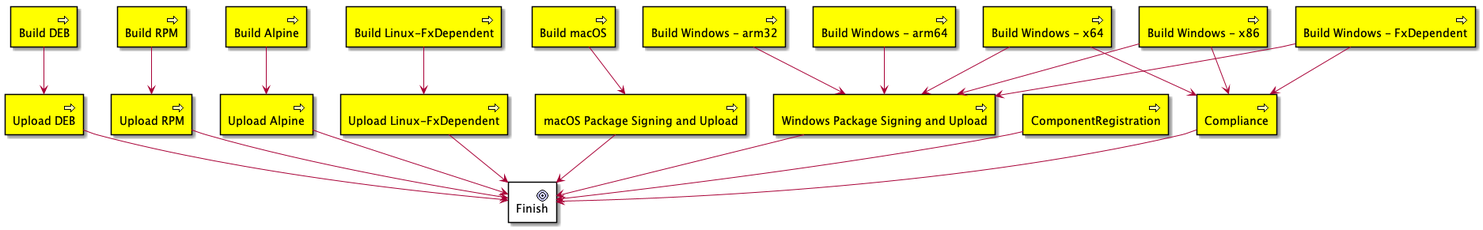
This is tools/releaseBuild/azureDevOps/diagram.png from PowerShell/PowerShell, a PlantUML export, as it was before one commit.
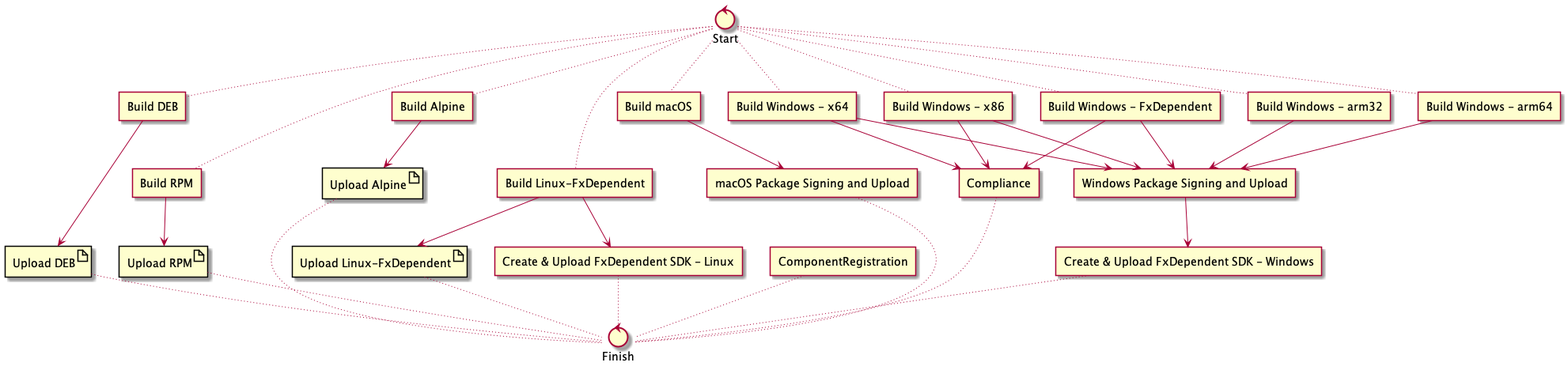
The same diagram one commit later.

Change to the diagram source:
```diff
@@ -1,29 +1,34 @@
 @startuml
 
-archimate #Business "Build DEB"  as BuildDEB <<business-process>>
-archimate #Business "Build RPM"  as BuildRPM <<business-process>>
-archimate #Business "Build Alpine"  as BuildAlpine <<business-process>>
-archimate #Business "Build Linux-FxDependent"  as BuildLinuxFx <<business-process>>
-archimate #Business "Upload DEB"  as UploadDEB <<business-process>>
-archimate #Business "Upload RPM"  as UploadRPM <<business-process>>
-archimate #Business "Upload Alpine"  as UploadAlpine <<business-process>>
-archimate #Business "Upload Linux-FxDependent"  as UploadLinuxFx <<business-process>>
+agent "Build DEB"  as BuildDEB
+agent "Build RPM"  as BuildRPM
+agent "Build Alpine"  as BuildAlpine
+agent "Build Linux-FxDependent"  as BuildLinuxFx
 
-archimate #Business "Build macOS"  as BuildMac <<business-process>>
-archimate #Business "macOS Package Signing and Upload"  as SignMac <<business-process>>
+artifact "Upload DEB"  as UploadDEB
+artifact "Upload RPM"  as UploadRPM
+artifact "Upload Alpine"  as UploadAlpine
+artifact "Upload Linux-FxDependent"  as UploadLinuxFx
 
-archimate #Business "Build Windows - x64"  as BuildWinX64 <<business-process>>
-archimate #Business "Build Windows - x86"  as BuildWinX86 <<business-process>>
-archimate #Business "Build Windows - arm32"  as BuildWinArm32 <<business-process>>
-archimate #Business "Build Windows - arm64"  as BuildWinArm64 <<business-process>>
-archimate #Business "Build Windows - FxDependent"  as BuildWinFx <<business-process>>
-archimate #Business "Windows Package Signing and Upload"  as SignWin <<business-process>>
+agent "Build macOS"  as BuildMac
+agent "macOS Package Signing and Upload"  as SignMac
 
-archimate #Business "ComponentRegistration"  as BuildCG <<business-process>>
+agent "Build Windows - x64"  as BuildWinX64
+agent "Build Windows - x86"  as BuildWinX86
+agent "Build Windows - arm32"  as BuildWinArm32
+agent "Build Windows - arm64"  as BuildWinArm64
+agent "Build Windows - FxDependent"  as BuildWinFx
+agent "Windows Package Signing and Upload"  as SignWin
 
-archimate #Business "Compliance"  as Compliance <<business-process>>
+agent "ComponentRegistration"  as BuildCG
 
-archimate #Goal "Finish"  as Finish <<goal-filled>>
+agent "Compliance"  as Compliance
+
+agent "Create & Upload FxDependent SDK - Linux" as BuildLinuxFxSdk
+agent "Create & Upload FxDependent SDK - Windows" as BuildWinFxSdk
+
+control "Finish"  as Finish
+control "Start" as Start
 
 BuildDEB -down-> UploadDEB
 BuildRPM -down-> UploadRPM
@@ -42,13 +47,28 @@
 BuildWinX64 -down-> Compliance
 BuildWinFx -down-> Compliance
 
-Compliance -down-> Finish
-UploadAlpine -down-> Finish
-UploadDEB -down-> Finish
-UploadRPM -down-> Finish
-UploadLinuxFx -down-> Finish
-SignWin -down-> Finish
-SignMac -down-> Finish
-BuildCG -down-> Finish
+BuildLinuxFx -down-> BuildLinuxFxSdk
+SignWin -down-> BuildWinFxSdk
+
+Compliance ~~ Finish
+UploadAlpine ~~ Finish
+UploadDEB ~~ Finish
+UploadRPM ~~ Finish
+UploadLinuxFx ~~ Finish
+SignMac ~~ Finish
+BuildCG ~~ Finish
+BuildLinuxFxSdk ~~ Finish
+BuildWinFxSdk ~~ Finish
+
+Start ~~ BuildDEB
+Start ~~ BuildRPM
+Start ~~ BuildAlpine
+Start ~~ BuildLinuxFx
+Start ~~ BuildMac
+Start ~~ BuildWinX64
+Start ~~ BuildWinX86
+Start ~~ BuildWinFx
+Start ~~ BuildWinArm32
+Start ~~ BuildWinArm64
 
 @enduml
```
